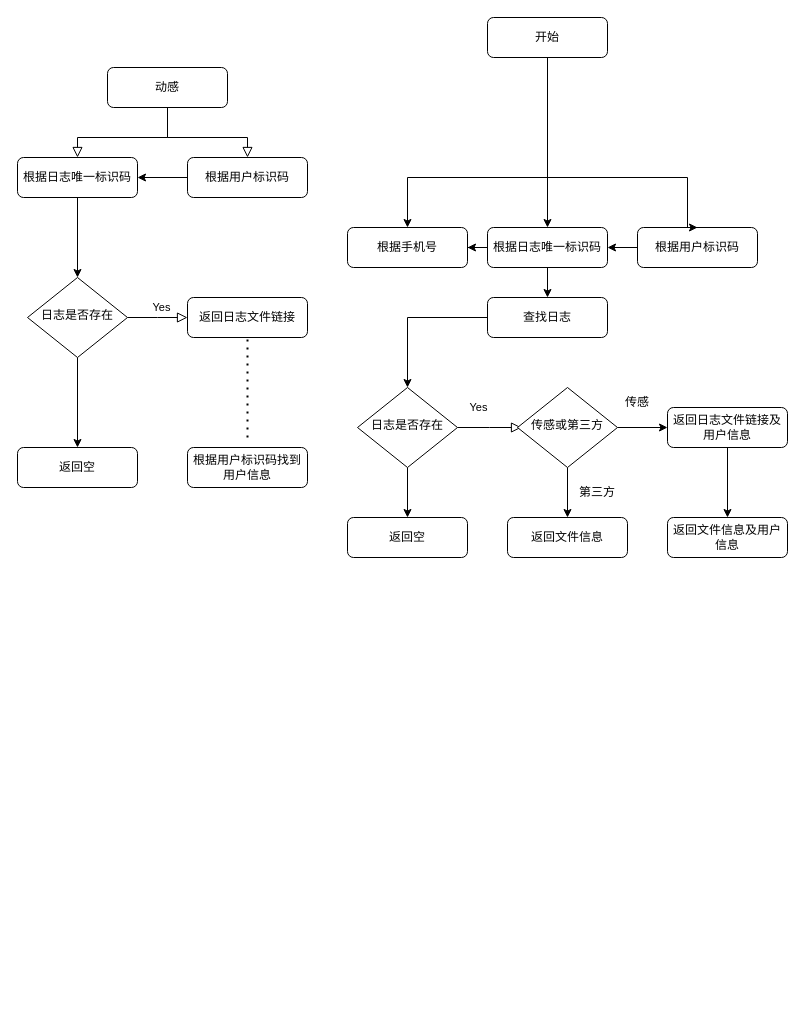
This is txt日志查询流程.drawio from jeefs/mindGraph, a draw.io file, before an edit. Source tidied: cells renumbered, new cells numbered last; positions are measured from the earlier drawing's top-left corner, leaving out a move shared by most shapes. Both pictures are drawn from the tidied source at 100%, with x=0, y=0 at pixel (17, 17).
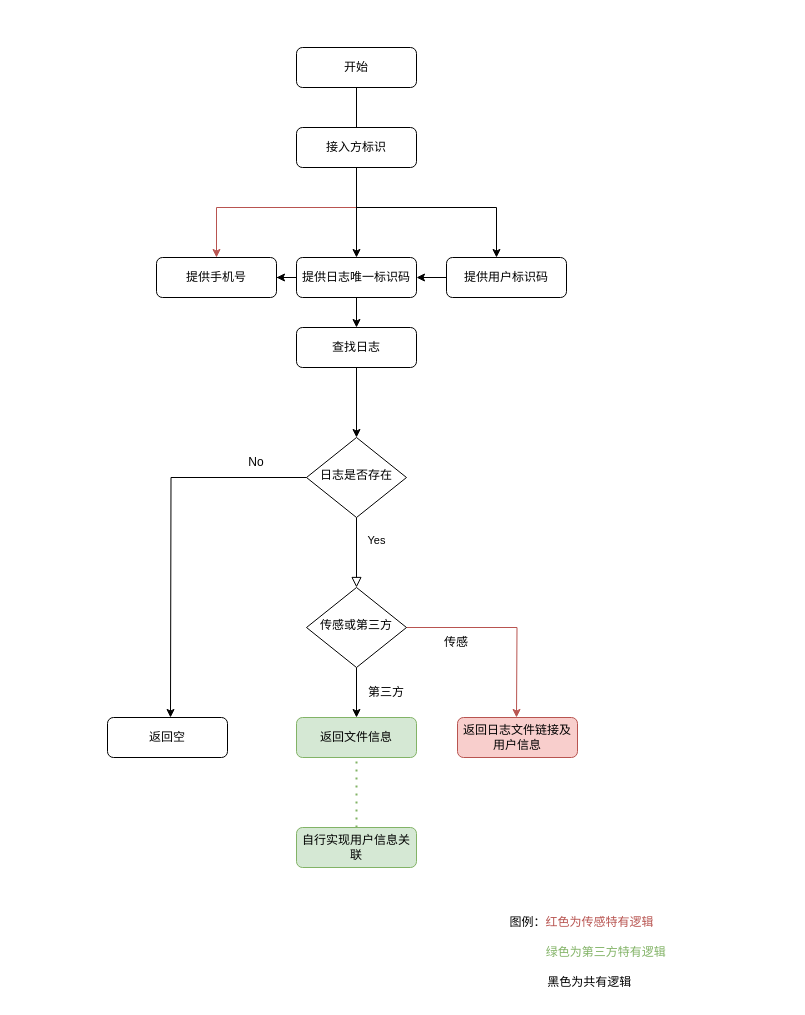
After the change.

Commit message (it also covers changes not shown here):
更新txt日志查询流程.drawio

What changed in the source:
```diff
@@
-    <mxCell id="2" style="rounded=0;html=1;jettySize=auto;fontSize=11;endArrow=block;endFill=0;endSize=8;strokeWidth=1;shadow=0;labelBackgroundColor=none;edgeStyle=orthogonalEdgeStyle;entryX=0.5;entryY=0;entryDx=0;entryDy=0;" parent="1" edge="1" source="3" target="22">
-      <mxGeometry relative="1" as="geometry">
-        <Array as="points">
-          <mxPoint x="150" y="120" />
-          <mxPoint x="60" y="120" />
-        </Array>
-      </mxGeometry>
-    </mxCell>
-    <mxCell id="3" value="动感" style="rounded=1;whiteSpace=wrap;html=1;fontSize=12;glass=0;strokeWidth=1;shadow=0;" parent="1" vertex="1">
-      <mxGeometry x="90" y="50" width="120" height="40" as="geometry" />
-    </mxCell>
-    <mxCell id="4" value="根据手机号" style="rounded=1;whiteSpace=wrap;html=1;fontSize=12;glass=0;strokeWidth=1;shadow=0;" parent="1" vertex="1">
-      <mxGeometry x="330" y="210" width="120" height="40" as="geometry" />
+    <mxCell id="4" value="提供手机号" style="rounded=1;whiteSpace=wrap;html=1;fontSize=12;glass=0;strokeWidth=1;shadow=0;" parent="1" vertex="1">
+      <mxGeometry x="139" y="240" width="120" height="40" as="geometry" />
     </mxCell>
-    <mxCell id="5" value="Yes" style="edgeStyle=orthogonalEdgeStyle;rounded=0;html=1;jettySize=auto;fontSize=11;endArrow=block;endFill=0;endSize=8;strokeWidth=1;shadow=0;labelBackgroundColor=none;" parent="1" edge="1" source="7">
-      <mxGeometry x="0.15" y="10" relative="1" as="geometry">
-        <mxPoint x="170" y="300" as="targetPoint" />
-      </mxGeometry>
-    </mxCell>
-    <mxCell id="6" style="edgeStyle=orthogonalEdgeStyle;rounded=0;jettySize=auto;html=1;" parent="1" edge="1" source="7" target="19">
-      <mxGeometry relative="1" as="geometry" />
-    </mxCell>
-    <mxCell id="7" value="日志是否存在" style="rhombus;whiteSpace=wrap;html=1;shadow=0;fontFamily=Helvetica;fontSize=12;align=center;strokeWidth=1;spacing=6;spacingTop=-4;" parent="1" vertex="1">
-      <mxGeometry x="10" y="260" width="100" height="80" as="geometry" />
-    </mxCell>
-    <mxCell id="8" style="edgeStyle=orthogonalEdgeStyle;rounded=0;jettySize=auto;html=1;entryX=0.5;entryY=0;entryDx=0;entryDy=0;" parent="1" edge="1" source="10" target="4">
+    <mxCell id="8" style="edgeStyle=orthogonalEdgeStyle;rounded=0;jettySize=auto;html=1;entryX=0.5;entryY=0;entryDx=0;entryDy=0;fillColor=#f8cecc;strokeColor=#b85450;" parent="1" edge="1" source="10" target="4">
       <mxGeometry relative="1" as="geometry">
         <Array as="points">
-          <mxPoint x="530" y="160" />
-          <mxPoint x="390" y="160" />
+          <mxPoint x="339" y="190" />
+          <mxPoint x="199" y="190" />
         </Array>
       </mxGeometry>
     </mxCell>
@@
     <mxCell id="10" value="开始" style="rounded=1;whiteSpace=wrap;html=1;fontSize=12;glass=0;strokeWidth=1;shadow=0;" parent="1" vertex="1">
-      <mxGeometry x="470" width="120" height="40" as="geometry" />
+      <mxGeometry x="279" y="30" width="120" height="40" as="geometry" />
     </mxCell>
-    <mxCell id="11" style="edgeStyle=orthogonalEdgeStyle;rounded=0;jettySize=auto;html=1;" parent="1" edge="1" source="12" target="22">
-      <mxGeometry relative="1" as="geometry" />
-    </mxCell>
-    <mxCell id="12" value="根据用户标识码" style="rounded=1;whiteSpace=wrap;html=1;fontSize=12;glass=0;strokeWidth=1;shadow=0;" parent="1" vertex="1">
-      <mxGeometry x="170" y="140" width="120" height="40" as="geometry" />
-    </mxCell>
@@
-    <mxCell id="15" value="根据日志唯一标识码" style="rounded=1;whiteSpace=wrap;html=1;fontSize=12;glass=0;strokeWidth=1;shadow=0;" parent="1" vertex="1">
-      <mxGeometry x="470" y="210" width="120" height="40" as="geometry" />
+    <mxCell id="15" value="提供日志唯一标识码" style="rounded=1;whiteSpace=wrap;html=1;fontSize=12;glass=0;strokeWidth=1;shadow=0;" parent="1" vertex="1">
+      <mxGeometry x="279" y="240" width="120" height="40" as="geometry" />
     </mxCell>
@@
-    <mxCell id="17" value="根据用户标识码" style="rounded=1;whiteSpace=wrap;html=1;fontSize=12;glass=0;strokeWidth=1;shadow=0;" parent="1" vertex="1">
-      <mxGeometry x="620" y="210" width="120" height="40" as="geometry" />
+    <mxCell id="17" value="提供用户标识码" style="rounded=1;whiteSpace=wrap;html=1;fontSize=12;glass=0;strokeWidth=1;shadow=0;" parent="1" vertex="1">
+      <mxGeometry x="429" y="240" width="120" height="40" as="geometry" />
     </mxCell>
-    <mxCell id="18" style="edgeStyle=orthogonalEdgeStyle;rounded=0;jettySize=auto;html=1;entryX=0.5;entryY=0;entryDx=0;entryDy=0;" parent="1" edge="1" target="17">
+    <mxCell id="18" style="edgeStyle=orthogonalEdgeStyle;rounded=0;orthogonalLoop=1;jettySize=auto;html=1;" parent="1" edge="1">
       <mxGeometry relative="1" as="geometry">
-        <mxPoint x="530" y="150" as="sourcePoint" />
+        <mxPoint x="339" y="180" as="sourcePoint" />
+        <mxPoint x="479" y="240" as="targetPoint" />
         <Array as="points">
-          <mxPoint x="530" y="160" />
-          <mxPoint x="670" y="160" />
+          <mxPoint x="339" y="190" />
+          <mxPoint x="479" y="190" />
         </Array>
       </mxGeometry>
     </mxCell>
-    <mxCell id="19" value="返回空" style="rounded=1;whiteSpace=wrap;html=1;fontSize=12;glass=0;strokeWidth=1;shadow=0;" parent="1" vertex="1">
-      <mxGeometry y="430" width="120" height="40" as="geometry" />
-    </mxCell>
-    <mxCell id="20" value="返回日志文件链接" style="rounded=1;whiteSpace=wrap;html=1;fontSize=12;glass=0;strokeWidth=1;shadow=0;" parent="1" vertex="1">
-      <mxGeometry x="170" y="280" width="120" height="40" as="geometry" />
-    </mxCell>
-    <mxCell id="21" style="edgeStyle=orthogonalEdgeStyle;rounded=0;jettySize=auto;html=1;" parent="1" edge="1" source="22" target="7">
-      <mxGeometry relative="1" as="geometry" />
-    </mxCell>
-    <mxCell id="22" value="根据日志唯一标识码" style="rounded=1;whiteSpace=wrap;html=1;fontSize=12;glass=0;strokeWidth=1;shadow=0;" parent="1" vertex="1">
-      <mxGeometry y="140" width="120" height="40" as="geometry" />
-    </mxCell>
-    <mxCell id="23" style="rounded=0;html=1;jettySize=auto;fontSize=11;endArrow=block;endFill=0;endSize=8;strokeWidth=1;shadow=0;labelBackgroundColor=none;edgeStyle=orthogonalEdgeStyle;entryX=0.5;entryY=0;entryDx=0;entryDy=0;exitX=0.5;exitY=1;exitDx=0;exitDy=0;" parent="1" edge="1" source="3" target="12">
-      <mxGeometry relative="1" as="geometry">
-        <Array as="points">
-          <mxPoint x="150" y="120" />
-          <mxPoint x="230" y="120" />
-        </Array>
-      </mxGeometry>
-    </mxCell>
-    <mxCell id="24" value="Yes" style="edgeStyle=orthogonalEdgeStyle;rounded=0;html=1;jettySize=auto;fontSize=11;endArrow=block;endFill=0;endSize=8;strokeWidth=1;shadow=0;labelBackgroundColor=none;" parent="1" edge="1" source="26">
-      <mxGeometry x="-0.34" y="20" relative="1" as="geometry">
-        <mxPoint x="504" y="410" as="targetPoint" />
-      </mxGeometry>
+    <mxCell id="24" value="Yes" style="edgeStyle=orthogonalEdgeStyle;rounded=0;html=1;jettySize=auto;fontSize=11;endArrow=block;endFill=0;endSize=8;strokeWidth=1;shadow=0;labelBackgroundColor=none;" parent="1" edge="1" source="26" target="36">
+      <mxGeometry x="-0.34" y="20" relative="1" as="geometry" />
     </mxCell>
-    <mxCell id="25" style="edgeStyle=orthogonalEdgeStyle;rounded=0;jettySize=auto;html=1;" parent="1" edge="1" source="26" target="27">
-      <mxGeometry relative="1" as="geometry" />
-    </mxCell>
     <mxCell id="26" value="日志是否存在" style="rhombus;whiteSpace=wrap;html=1;shadow=0;fontFamily=Helvetica;fontSize=12;align=center;strokeWidth=1;spacing=6;spacingTop=-4;" parent="1" vertex="1">
-      <mxGeometry x="340" y="370" width="100" height="80" as="geometry" />
+      <mxGeometry x="289" y="420" width="100" height="80" as="geometry" />
     </mxCell>
     <mxCell id="27" value="返回空" style="rounded=1;whiteSpace=wrap;html=1;fontSize=12;glass=0;strokeWidth=1;shadow=0;" parent="1" vertex="1">
-      <mxGeometry x="330" y="500" width="120" height="40" as="geometry" />
+      <mxGeometry x="90" y="700" width="120" height="40" as="geometry" />
     </mxCell>
-    <mxCell id="28" style="edgeStyle=orthogonalEdgeStyle;rounded=0;jettySize=auto;html=1;" parent="1" edge="1" source="29" target="40">
-      <mxGeometry relative="1" as="geometry" />
-    </mxCell>
-    <mxCell id="29" value="返回日志文件链接及用户信息" style="rounded=1;whiteSpace=wrap;html=1;fontSize=12;glass=0;strokeWidth=1;shadow=0;" parent="1" vertex="1">
-      <mxGeometry x="650" y="390" width="120" height="40" as="geometry" />
+    <mxCell id="29" value="返回日志文件链接及用户信息" style="rounded=1;whiteSpace=wrap;html=1;fontSize=12;glass=0;strokeWidth=1;shadow=0;fillColor=#f8cecc;strokeColor=#b85450;" parent="1" vertex="1">
+      <mxGeometry x="440" y="700" width="120" height="40" as="geometry" />
     </mxCell>
-    <mxCell id="30" style="endArrow=none;dashed=1;html=1;dashPattern=1 3;strokeWidth=2;rounded=0;entryX=0.5;entryY=1;entryDx=0;entryDy=0;" parent="1" edge="1" target="20">
-      <mxGeometry relative="1" as="geometry">
-        <mxPoint x="230" y="420" as="sourcePoint" />
-      </mxGeometry>
-    </mxCell>
-    <mxCell id="31" value="根据用户标识码找到用户信息" style="rounded=1;whiteSpace=wrap;html=1;fontSize=12;glass=0;strokeWidth=1;shadow=0;" parent="1" vertex="1">
-      <mxGeometry x="170" y="430" width="120" height="40" as="geometry" />
-    </mxCell>
@@
     <mxCell id="33" value="查找日志" style="rounded=1;whiteSpace=wrap;html=1;fontSize=12;glass=0;strokeWidth=1;shadow=0;" parent="1" vertex="1">
-      <mxGeometry x="470" y="280" width="120" height="40" as="geometry" />
+      <mxGeometry x="279" y="310" width="120" height="40" as="geometry" />
     </mxCell>
-    <mxCell id="34" style="edgeStyle=orthogonalEdgeStyle;rounded=0;jettySize=auto;html=1;" parent="1" edge="1" source="36" target="29">
-      <mxGeometry relative="1" as="geometry" />
+    <mxCell id="34" style="edgeStyle=orthogonalEdgeStyle;rounded=0;jettySize=auto;html=1;fillColor=#f8cecc;strokeColor=#b85450;" parent="1" edge="1" source="36">
+      <mxGeometry relative="1" as="geometry">
+        <mxPoint x="499" y="700" as="targetPoint" />
+      </mxGeometry>
     </mxCell>
@@
     <mxCell id="36" value="传感或第三方" style="rhombus;whiteSpace=wrap;html=1;shadow=0;fontFamily=Helvetica;fontSize=12;align=center;strokeWidth=1;spacing=6;spacingTop=-4;" parent="1" vertex="1">
-      <mxGeometry x="500" y="370" width="100" height="80" as="geometry" />
+      <mxGeometry x="289" y="570" width="100" height="80" as="geometry" />
     </mxCell>
     <mxCell id="37" value="传感" style="text;strokeColor=none;align=center;fillColor=none;html=1;verticalAlign=middle;whiteSpace=wrap;rounded=0;" parent="1" vertex="1">
-      <mxGeometry x="590" y="370" width="60" height="30" as="geometry" />
+      <mxGeometry x="409" y="610" width="60" height="30" as="geometry" />
     </mxCell>
     <mxCell id="38" value="第三方" style="text;strokeColor=none;align=center;fillColor=none;html=1;verticalAlign=middle;whiteSpace=wrap;rounded=0;" parent="1" vertex="1">
-      <mxGeometry x="550" y="460" width="60" height="30" as="geometry" />
+      <mxGeometry x="339" y="660" width="60" height="30" as="geometry" />
     </mxCell>
-    <mxCell id="39" value="返回文件信息" style="rounded=1;whiteSpace=wrap;html=1;fontSize=12;glass=0;strokeWidth=1;shadow=0;" parent="1" vertex="1">
-      <mxGeometry x="490" y="500" width="120" height="40" as="geometry" />
+    <mxCell id="39" value="返回文件信息" style="rounded=1;whiteSpace=wrap;html=1;fontSize=12;glass=0;strokeWidth=1;shadow=0;fillColor=#d5e8d4;strokeColor=#82b366;" parent="1" vertex="1">
+      <mxGeometry x="279" y="700" width="120" height="40" as="geometry" />
     </mxCell>
-    <mxCell id="40" value="返回文件信息及用户信息" style="rounded=1;whiteSpace=wrap;html=1;fontSize=12;glass=0;strokeWidth=1;shadow=0;" parent="1" vertex="1">
-      <mxGeometry x="650" y="500" width="120" height="40" as="geometry" />
-    </mxCell>
+    <mxCell id="41" style="endArrow=none;dashed=1;html=1;dashPattern=1 3;strokeWidth=2;rounded=0;entryX=0.5;entryY=1;entryDx=0;entryDy=0;fillColor=#d5e8d4;strokeColor=#82b366;" parent="1" edge="1" target="39">
+      <mxGeometry relative="1" as="geometry">
+        <mxPoint x="339" y="810" as="sourcePoint" />
+      </mxGeometry>
+    </mxCell>
+    <mxCell id="42" value="自行实现用户信息关联" style="rounded=1;whiteSpace=wrap;html=1;fontSize=12;glass=0;strokeWidth=1;shadow=0;fillColor=#d5e8d4;strokeColor=#82b366;" parent="1" vertex="1">
+      <mxGeometry x="279" y="810" width="120" height="40" as="geometry" />
+    </mxCell>
+    <mxCell id="43" value="接入方标识" style="rounded=1;whiteSpace=wrap;html=1;fontSize=12;glass=0;strokeWidth=1;shadow=0;" parent="1" vertex="1">
+      <mxGeometry x="279" y="110" width="120" height="40" as="geometry" />
+    </mxCell>
+    <mxCell id="44" style="edgeStyle=orthogonalEdgeStyle;rounded=0;jettySize=auto;html=1;entryX=0.5;entryY=0;entryDx=0;entryDy=0;exitX=0;exitY=0.5;exitDx=0;exitDy=0;" parent="1" edge="1" source="26">
+      <mxGeometry relative="1" as="geometry">
+        <mxPoint x="153" y="700" as="targetPoint" />
+      </mxGeometry>
+    </mxCell>
+    <mxCell id="45" value="No" style="text;strokeColor=none;align=center;fillColor=none;html=1;verticalAlign=middle;whiteSpace=wrap;rounded=0;" parent="1" vertex="1">
+      <mxGeometry x="209" y="430" width="60" height="30" as="geometry" />
+    </mxCell>
+    <mxCell id="46" value="图例：&lt;font color=&quot;#b85450&quot;&gt;红色为传感特有逻辑&lt;/font&gt;" style="text;strokeColor=none;align=center;fillColor=none;html=1;verticalAlign=middle;whiteSpace=wrap;rounded=0;" parent="1" vertex="1">
+      <mxGeometry x="469" y="890" width="191" height="30" as="geometry" />
+    </mxCell>
+    <mxCell id="47" value="&lt;font color=&quot;#82b366&quot;&gt;&amp;nbsp; &amp;nbsp; &amp;nbsp; &amp;nbsp; &amp;nbsp; &amp;nbsp; &amp;nbsp; 绿色为第三方特有逻辑&lt;/font&gt;" style="text;strokeColor=none;align=center;fillColor=none;html=1;verticalAlign=middle;whiteSpace=wrap;rounded=0;" parent="1" vertex="1">
+      <mxGeometry x="470" y="920" width="191" height="30" as="geometry" />
+    </mxCell>
+    <mxCell id="48" value="&amp;nbsp; &amp;nbsp; 黑色为共有逻辑" style="text;strokeColor=none;align=center;fillColor=none;html=1;verticalAlign=middle;whiteSpace=wrap;rounded=0;" parent="1" vertex="1">
+      <mxGeometry x="470" y="950" width="191" height="30" as="geometry" />
+    </mxCell>
```
